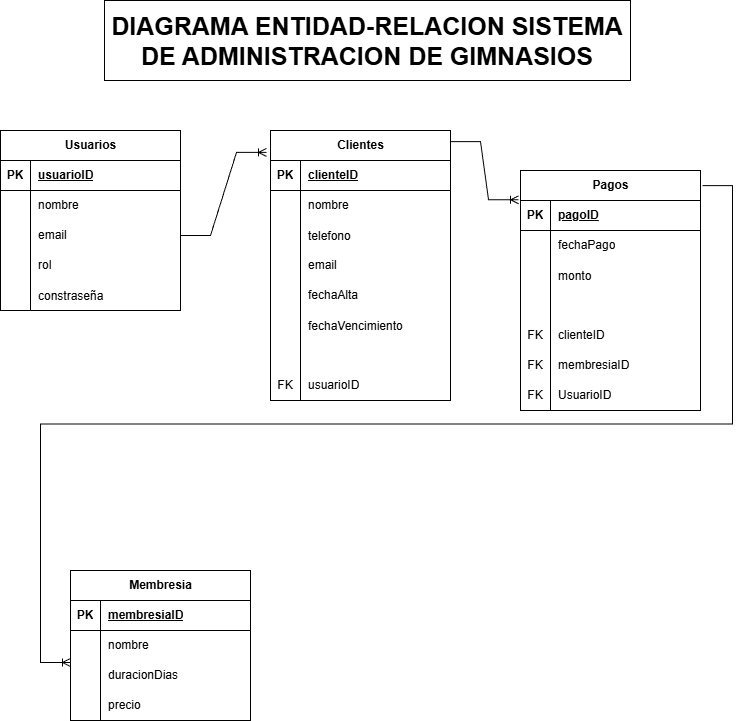
Earlier version of the draw.io export sistemaGym.png (Carlos-777-siuu/gym-api). Source tidied: cells renumbered, new cells last; positions are measured from the earlier drawing's top-left corner, leaving out a move shared by most shapes.
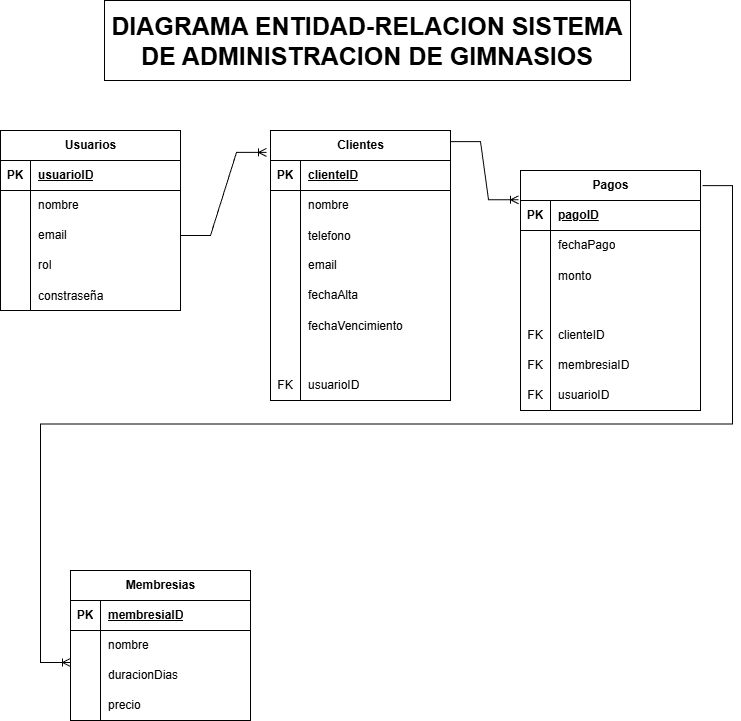
After the change.

Commit message:
pequeños detalles tecnicos corregidos en el diagrama

The edit, as a diff of the source:
```diff
@@ -191,7 +191,7 @@
     <mxCell id="64" value="FK" style="shape=partialRectangle;fillColor=none;top=0;left=0;bottom=0;right=0;fontStyle=0;overflow=hidden;whiteSpace=wrap;html=1;" parent="63" vertex="1">
       <mxGeometry width="30" height="30" as="geometry" />
     </mxCell>
-    <mxCell id="65" value="UsuarioID" style="shape=partialRectangle;fillColor=none;top=0;left=0;bottom=0;right=0;align=left;spacingLeft=6;fontStyle=0;overflow=hidden;whiteSpace=wrap;html=1;" parent="63" vertex="1">
+    <mxCell id="65" value="usuarioID" style="shape=partialRectangle;fillColor=none;top=0;left=0;bottom=0;right=0;align=left;spacingLeft=6;fontStyle=0;overflow=hidden;whiteSpace=wrap;html=1;" parent="63" vertex="1">
       <mxGeometry x="30" width="150" height="30" as="geometry" />
     </mxCell>
     <mxCell id="66" value="&lt;font style=&quot;font-size: 25px;&quot;&gt;&lt;b&gt;DIAGRAMA ENTIDAD-RELACION SISTEMA DE ADMINISTRACION DE GIMNASIOS&lt;/b&gt;&lt;/font&gt;" style="rounded=0;whiteSpace=wrap;html=1;" parent="1" vertex="1">
@@ -205,7 +205,7 @@
         <mxPoint x="70" y="662" as="targetPoint" />
       </mxGeometry>
     </mxCell>
-    <mxCell id="69" value="Membresia" style="shape=table;startSize=30;rowLines=0;fontStyle=1;align=center;html=1;" parent="1" vertex="1">
+    <mxCell id="69" value="Membresias" style="shape=table;startSize=30;rowLines=0;fontStyle=1;align=center;html=1;" parent="1" vertex="1">
       <mxGeometry x="70" y="570" width="180" height="150" as="geometry" />
     </mxCell>
     <mxCell id="70" style="shape=tableRow;horizontal=0;startSize=0;swimlaneHead=0;swimlaneBody=0;fillColor=none;top=0;left=0;right=0;bottom=1;" parent="69" vertex="1">
```
